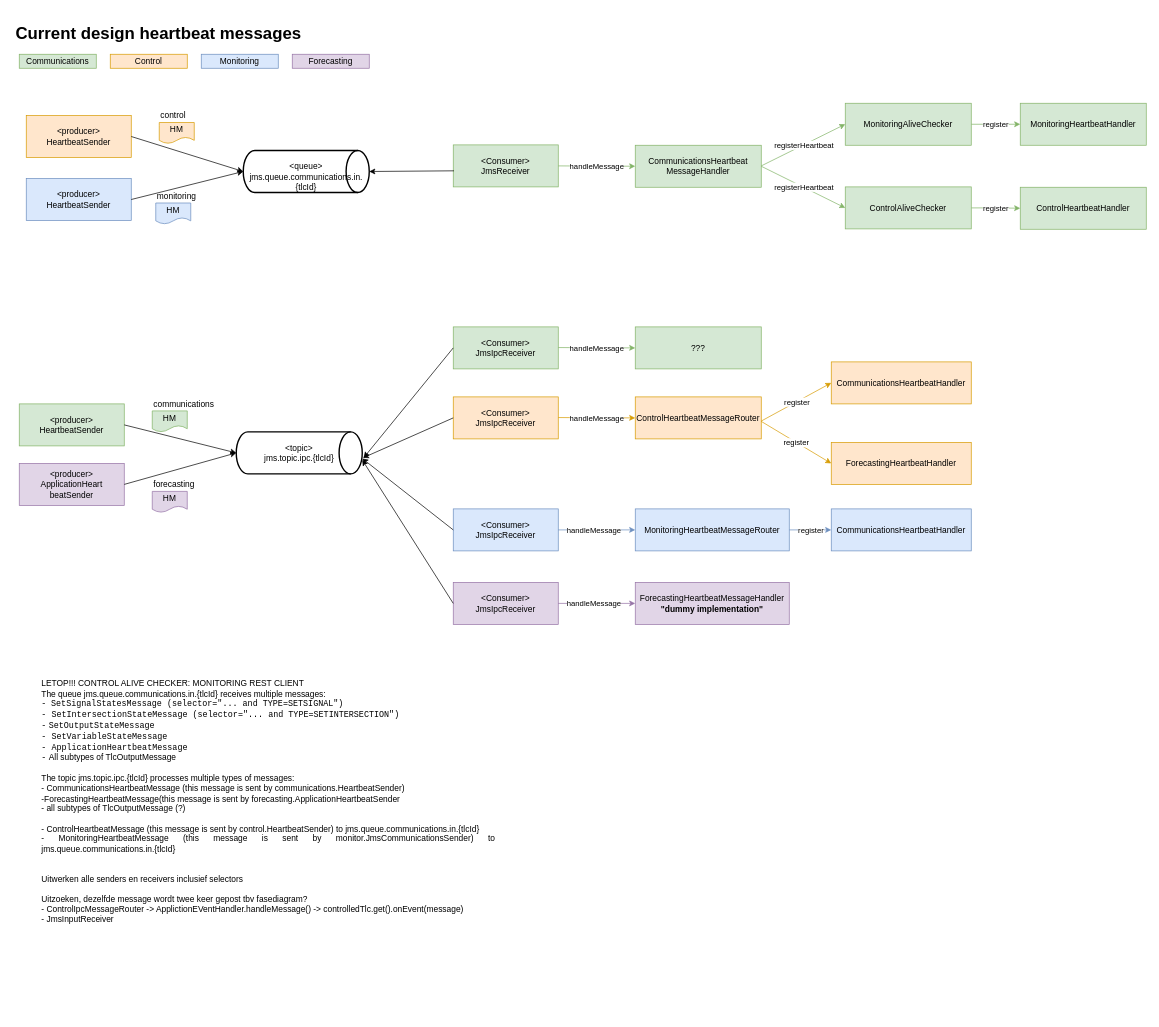
Above: Untitled Diagram.drawio in ahup/drawings (draw.io), before the change. Source tidied: cells renumbered, new cells numbered last; positions are measured from the earlier drawing's top-left corner, leaving out a move shared by most shapes. Both pictures are drawn from the tidied source at 70%, with x=0, y=0 at pixel (12, 19).
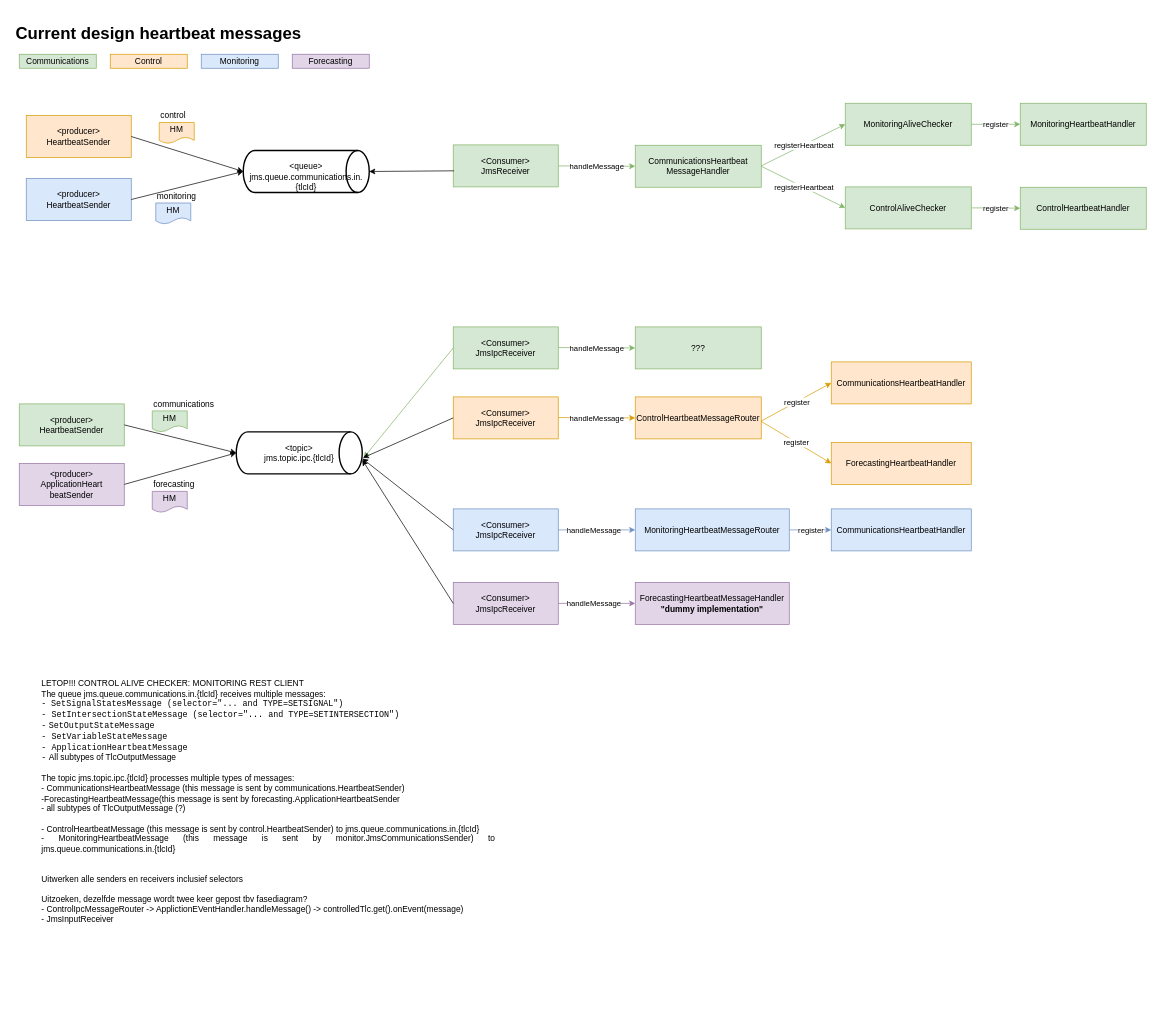
Above is the later version.

The change refers to these unchanged cells:
```xml
<mxCell id="3" value="&amp;lt;topic&amp;gt;&lt;br&gt;jms.topic.ipc.{tlcId}" style="strokeWidth=2;html=1;shape=mxgraph.flowchart.direct_data;whiteSpace=wrap;" parent="1" vertex="1">
  <mxGeometry x="320" y="589.5" width="180" height="60" as="geometry" />
</mxCell>
<mxCell id="9" value="&amp;lt;Consumer&amp;gt;&lt;br&gt;JmsIpcReceiver" style="rounded=0;whiteSpace=wrap;html=1;fillColor=#d5e8d4;strokeColor=#82b366;" parent="1" vertex="1">
  <mxGeometry x="630" y="439.5" width="150" height="60" as="geometry" />
</mxCell>
```

What changed in the source:
```diff
@@
-    <mxCell id="10" style="endArrow=classic;html=1;exitX=0;exitY=0.5;exitDx=0;exitDy=0;entryX=1.011;entryY=0.617;entryDx=0;entryDy=0;entryPerimeter=0;" parent="1" edge="1" source="9" target="3">
+    <mxCell id="10" style="endArrow=classic;html=1;exitX=0;exitY=0.5;exitDx=0;exitDy=0;entryX=1.011;entryY=0.617;entryDx=0;entryDy=0;entryPerimeter=0;fillColor=#d5e8d4;strokeColor=#82b366;" parent="1" edge="1" source="9" target="3">
       <mxGeometry relative="1" as="geometry" />
     </mxCell>
```
